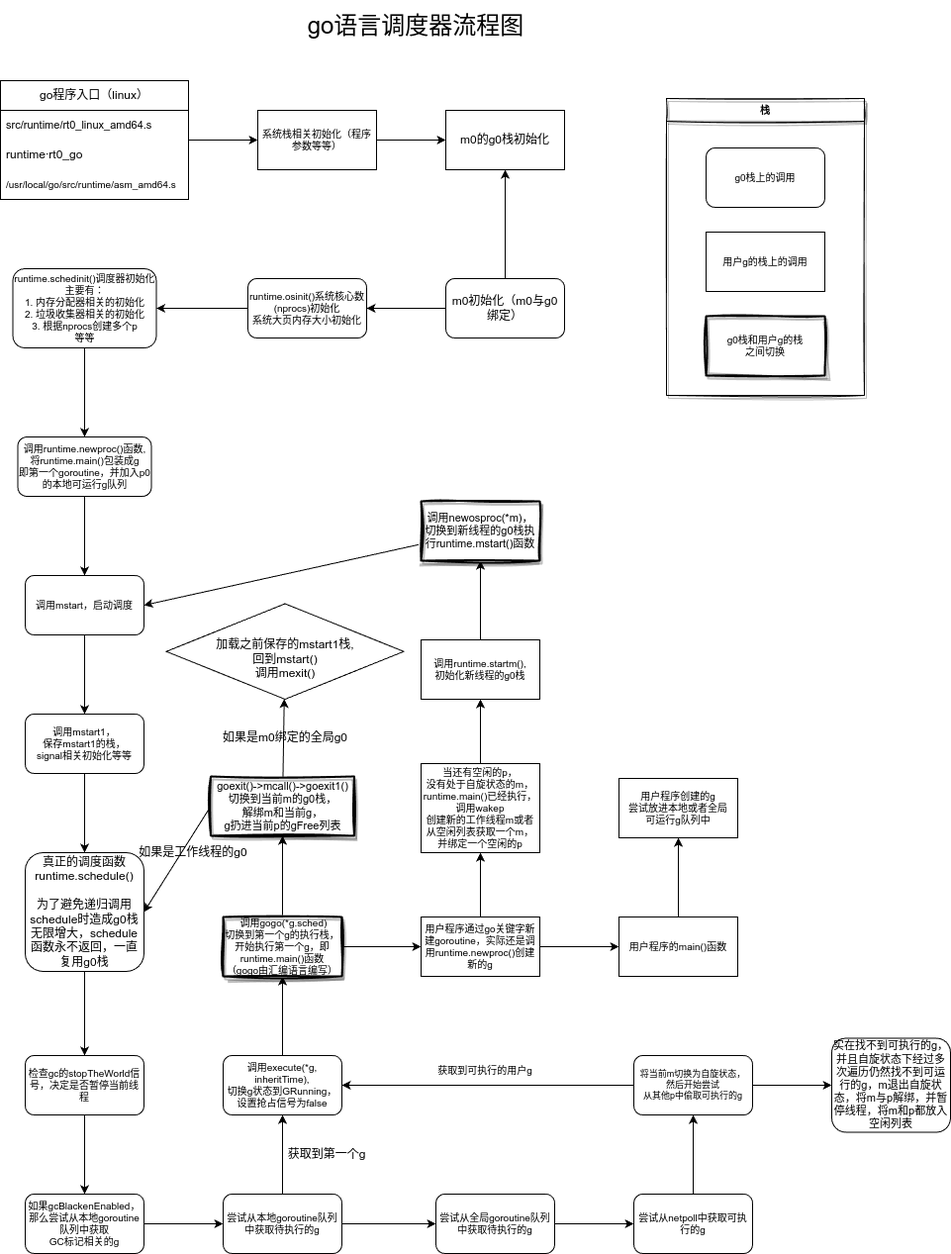
Earlier version of the draw.io export go_sched.png (moqsien/img_repo). Source tidied: cells renumbered, new cells last; positions are measured from the earlier drawing's top-left corner, leaving out a move shared by most shapes.
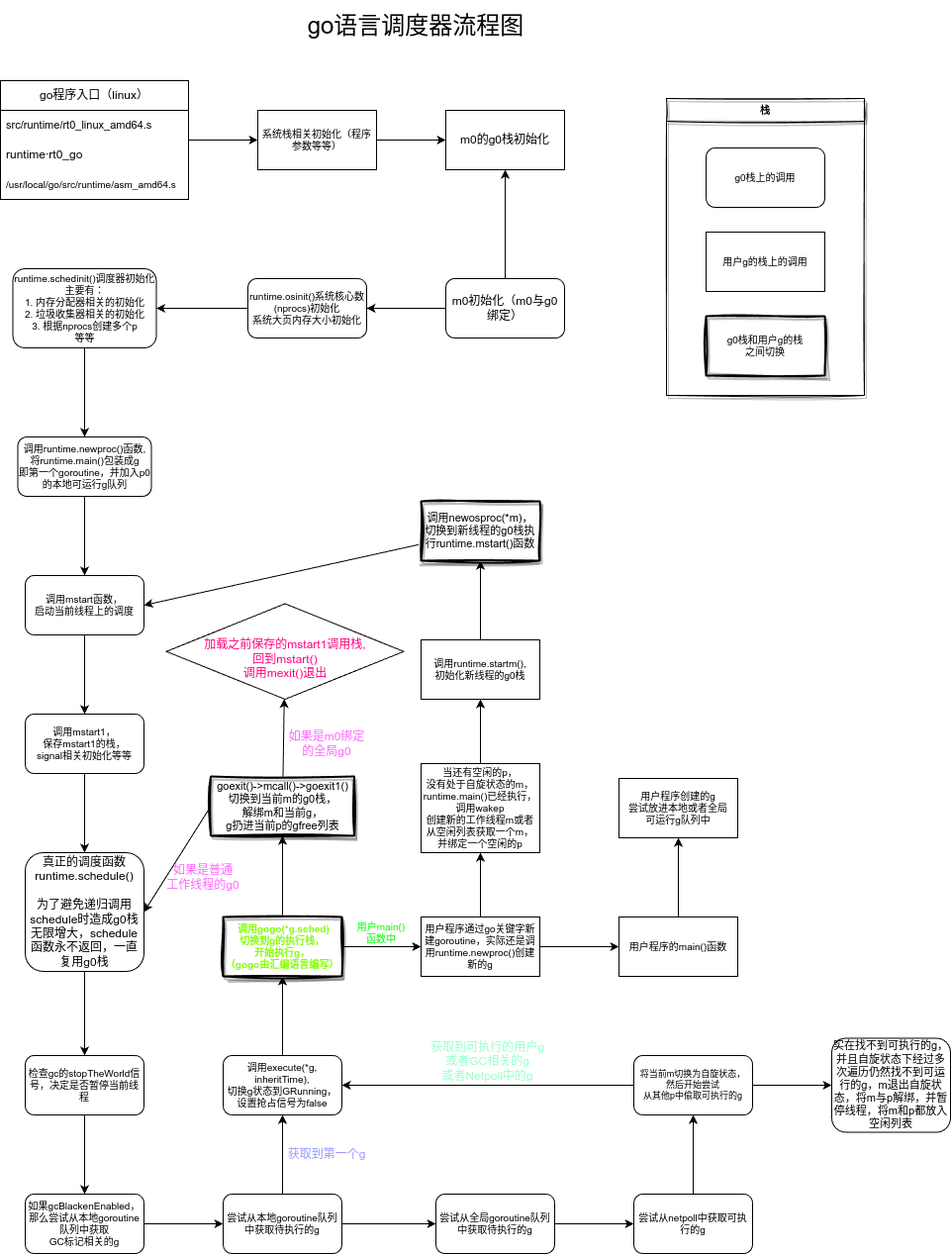
Later version of the same file.

The edit, as a diff of the source:
```diff
@@ -32,7 +32,7 @@
     <mxCell id="11" style="edgeStyle=none;html=1;fontSize=10;" parent="1" edge="1" source="12" target="14">
       <mxGeometry relative="1" as="geometry" />
     </mxCell>
-    <mxCell id="12" value="&lt;font style=&quot;font-size: 10px;&quot;&gt;调用mstart，启动调度&lt;/font&gt;" style="whiteSpace=wrap;html=1;fontSize=7;fontStyle=0;startSize=30;rounded=1;" parent="1" vertex="1">
+    <mxCell id="12" value="&lt;font style=&quot;font-size: 10px;&quot;&gt;调用mstart函数，&lt;br&gt;启动当前线程上的调度&lt;/font&gt;" style="whiteSpace=wrap;html=1;fontSize=7;fontStyle=0;startSize=30;rounded=1;" parent="1" vertex="1">
       <mxGeometry x="25" y="580" width="120" height="60" as="geometry" />
     </mxCell>
     <mxCell id="13" style="edgeStyle=none;html=1;fontSize=10;" parent="1" edge="1" source="14" target="16">
@@ -86,14 +86,14 @@
     <mxCell id="29" style="edgeStyle=none;html=1;fontSize=11;" parent="1" edge="1" source="30" target="53">
       <mxGeometry relative="1" as="geometry" />
     </mxCell>
-    <mxCell id="30" value="&lt;font style=&quot;font-size: 10px;&quot;&gt;&amp;nbsp;调用gogo(*g.sched)&lt;br&gt;切换到第一个g的执行栈，&lt;br&gt;开始执行第一个g，即runtime.main()函数&lt;br&gt;（gogo由汇编语言编写）&lt;br&gt;&lt;/font&gt;" style="whiteSpace=wrap;html=1;fontSize=7;fontStyle=0;startSize=30;rounded=0;glass=0;sketch=1;curveFitting=1;jiggle=2;shadow=1;strokeWidth=2;" parent="1" vertex="1">
+    <mxCell id="30" value="&lt;font style=&quot;font-size: 10px;&quot;&gt;&amp;nbsp;调用gogo(*g.sched)&lt;br style=&quot;font-size: 10px;&quot;&gt;切换到g的执行栈，&lt;br style=&quot;font-size: 10px;&quot;&gt;开始执行g，&lt;br style=&quot;font-size: 10px;&quot;&gt;（gogo由汇编语言编写）&lt;br style=&quot;font-size: 10px;&quot;&gt;&lt;/font&gt;" style="whiteSpace=wrap;html=1;fontSize=10;fontStyle=1;startSize=30;rounded=0;glass=0;sketch=1;curveFitting=1;jiggle=2;shadow=1;strokeWidth=2;fontColor=#80FF00;" parent="1" vertex="1">
       <mxGeometry x="225" y="925" width="120" height="60" as="geometry" />
     </mxCell>
-    <mxCell id="31" value="&lt;font style=&quot;font-size: 12px;&quot;&gt;获取到第一个g&lt;/font&gt;" style="text;html=1;strokeColor=none;fillColor=none;align=center;verticalAlign=middle;whiteSpace=wrap;rounded=0;fontSize=9;" parent="1" vertex="1">
+    <mxCell id="31" value="&lt;font style=&quot;font-size: 12px;&quot;&gt;获取到第一个g&lt;/font&gt;" style="text;html=1;strokeColor=none;fillColor=none;align=center;verticalAlign=middle;whiteSpace=wrap;rounded=0;fontSize=9;fontColor=#9999FF;" parent="1" vertex="1">
       <mxGeometry x="280" y="1150" width="100" height="30" as="geometry" />
     </mxCell>
-    <mxCell id="32" value="获取到可执行的用户g" style="text;html=1;strokeColor=none;fillColor=none;align=center;verticalAlign=middle;whiteSpace=wrap;rounded=0;fontSize=10;" parent="1" vertex="1">
-      <mxGeometry x="440" y="1065" width="100" height="30" as="geometry" />
+    <mxCell id="32" value="获取到可执行的用户g&lt;br&gt;或者GC相关的g&lt;br&gt;或者Netpoll中的g" style="text;html=1;strokeColor=none;fillColor=none;align=center;verticalAlign=middle;whiteSpace=wrap;rounded=0;fontSize=12;fontColor=#99FFCC;" parent="1" vertex="1">
+      <mxGeometry x="425" y="1047.5" width="135" height="46" as="geometry" />
     </mxCell>
     <mxCell id="33" style="edgeStyle=none;html=1;fontSize=11;" parent="1" edge="1" source="34" target="37">
       <mxGeometry relative="1" as="geometry" />
@@ -155,7 +155,7 @@
     <mxCell id="52" style="edgeStyle=none;html=1;fontSize=10;" parent="1" edge="1" source="53" target="66">
       <mxGeometry relative="1" as="geometry" />
     </mxCell>
-    <mxCell id="53" value="&lt;font style=&quot;&quot;&gt;&lt;font style=&quot;font-size: 11px;&quot;&gt;goexit()-&amp;gt;mcall()-&amp;gt;goexit1()&lt;br&gt;切换到当前m的g0栈，&lt;br&gt;解绑m和当前g，&lt;br&gt;g扔进当前p的gFree列表&lt;/font&gt;&lt;br&gt;&lt;/font&gt;" style="whiteSpace=wrap;html=1;fontSize=7;fontStyle=0;startSize=30;rounded=0;sketch=1;curveFitting=1;jiggle=2;shadow=1;strokeWidth=2;" parent="1" vertex="1">
+    <mxCell id="53" value="&lt;font style=&quot;&quot;&gt;&lt;font style=&quot;font-size: 11px;&quot;&gt;goexit()-&amp;gt;mcall()-&amp;gt;goexit1()&lt;br&gt;切换到当前m的g0栈，&lt;br&gt;解绑m和当前g，&lt;br&gt;g扔进当前p的gfree列表&lt;/font&gt;&lt;br&gt;&lt;/font&gt;" style="whiteSpace=wrap;html=1;fontSize=7;fontStyle=0;startSize=30;rounded=0;sketch=1;curveFitting=1;jiggle=2;shadow=1;strokeWidth=2;" parent="1" vertex="1">
       <mxGeometry x="212.5" y="783" width="145" height="60" as="geometry" />
     </mxCell>
     <mxCell id="54" style="edgeStyle=none;html=1;entryX=1;entryY=0.5;entryDx=0;entryDy=0;fontSize=10;" parent="1" edge="1" source="55" target="8">
@@ -194,17 +194,20 @@
     <mxCell id="65" value="g0栈和用户g的栈&lt;br&gt;之间切换" style="rounded=0;whiteSpace=wrap;html=1;shadow=1;glass=0;fontSize=10;sketch=1;curveFitting=1;jiggle=2;strokeWidth=2;" parent="62" vertex="1">
       <mxGeometry x="40" y="220" width="120" height="60" as="geometry" />
     </mxCell>
-    <mxCell id="66" value="&lt;font style=&quot;font-size: 12px;&quot;&gt;&lt;br&gt;加载之前保存的mstart1栈,&lt;br&gt;回到mstart()&lt;br&gt;调用mexit()&lt;/font&gt;" style="rhombus;whiteSpace=wrap;html=1;fontSize=7;fontStyle=0;startSize=30;rounded=0;shadow=0;" parent="1" vertex="1">
+    <mxCell id="66" value="&lt;font style=&quot;font-size: 12px;&quot;&gt;&lt;br&gt;加载之前保存的mstart1调用栈,&lt;br&gt;回到mstart()&lt;br&gt;调用mexit()退出&lt;/font&gt;" style="rhombus;whiteSpace=wrap;html=1;fontSize=7;fontStyle=0;startSize=30;rounded=0;shadow=0;fontColor=#FF0080;" parent="1" vertex="1">
       <mxGeometry x="167.5" y="608.5" width="240" height="96.5" as="geometry" />
     </mxCell>
-    <mxCell id="67" value="如果是m0绑定的全局g0" style="text;html=1;strokeColor=none;fillColor=none;align=center;verticalAlign=middle;whiteSpace=wrap;rounded=0;shadow=1;glass=0;sketch=1;fontSize=12;" parent="1" vertex="1">
-      <mxGeometry x="212.5" y="729" width="150" height="30" as="geometry" />
+    <mxCell id="67" value="如果是m0绑定&lt;br&gt;的全局g0" style="text;html=1;strokeColor=none;fillColor=none;align=center;verticalAlign=middle;whiteSpace=wrap;rounded=0;shadow=1;glass=0;sketch=1;fontSize=12;fontColor=#FF66FF;" parent="1" vertex="1">
+      <mxGeometry x="256.2" y="729" width="147.5" height="41" as="geometry" />
     </mxCell>
-    <mxCell id="68" value="如果是工作线程的g0" style="text;html=1;align=center;verticalAlign=middle;whiteSpace=wrap;rounded=0;shadow=1;glass=0;sketch=1;fontSize=12;" parent="1" vertex="1">
-      <mxGeometry x="130" y="845" width="130" height="30" as="geometry" />
+    <mxCell id="68" value="&lt;font color=&quot;#ff66ff&quot;&gt;如果是普通&lt;br&gt;工作线程的g0&lt;/font&gt;" style="text;html=1;align=center;verticalAlign=middle;whiteSpace=wrap;rounded=0;shadow=1;glass=0;sketch=1;fontSize=12;fontColor=#3333FF;" parent="1" vertex="1">
+      <mxGeometry x="160" y="870" width="90" height="30" as="geometry" />
     </mxCell>
     <mxCell id="69" value="&lt;font style=&quot;font-size: 24px;&quot;&gt;go语言调度器流程图&lt;/font&gt;" style="text;html=1;strokeColor=none;fillColor=none;align=center;verticalAlign=middle;whiteSpace=wrap;rounded=0;shadow=0;glass=0;sketch=0;strokeWidth=2;fontSize=11;" parent="1" vertex="1">
       <mxGeometry x="270" width="300" height="50" as="geometry" />
     </mxCell>
+    <mxCell id="70" value="用户main()&lt;br&gt;函数中" style="text;html=1;strokeColor=none;fillColor=none;align=center;verticalAlign=middle;whiteSpace=wrap;rounded=0;shadow=0;sketch=0;fontSize=10;fontColor=#00FF00;" parent="1" vertex="1">
+      <mxGeometry x="345" y="926" width="80" height="30" as="geometry" />
+    </mxCell>
   </root>
 </mxGraphModel>
```
